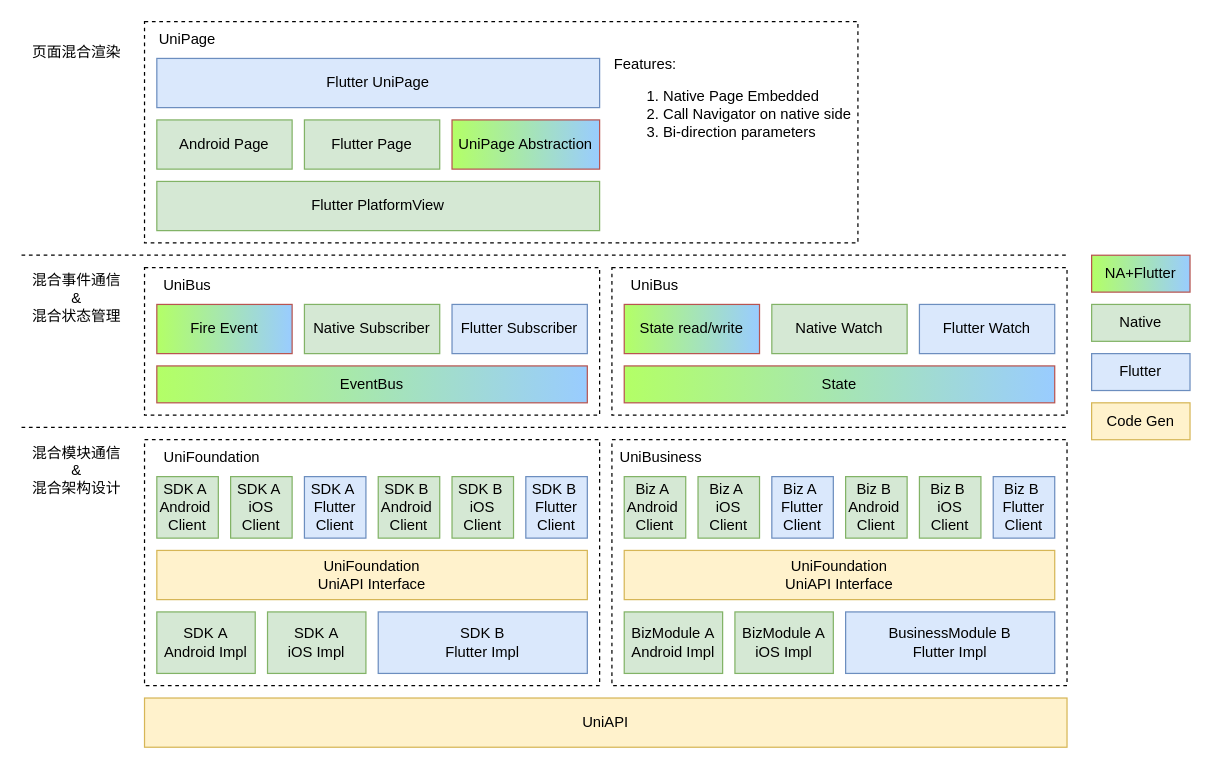
This is doc/Unify Arch 2025.drawio from didi/Unify, a draw.io file, before an edit. Source tidied: cells renumbered, new cells numbered last; positions are measured from the earlier drawing's top-left corner, leaving out a move shared by most shapes. Both pictures are drawn from the tidied source at 123%, with x=0, y=0 at pixel (21, 21).
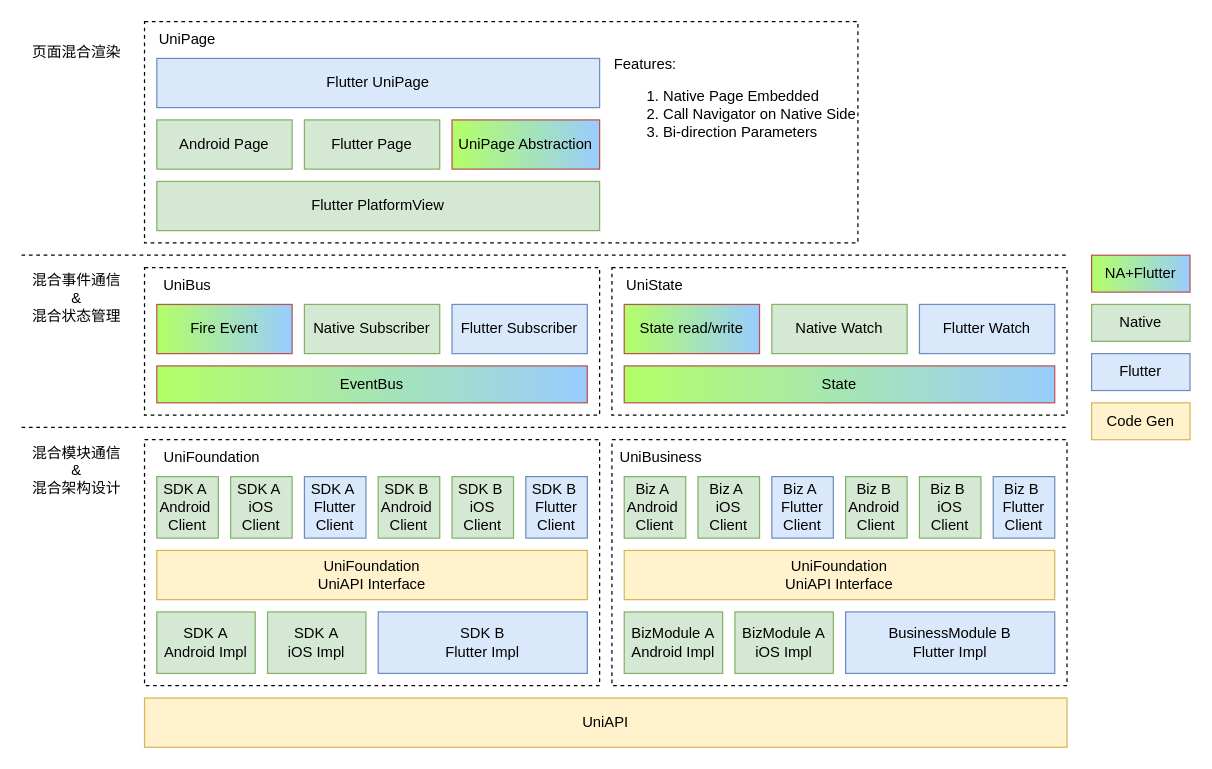
The same diagram, later.

Change to the diagram source:
```diff
@@
-    <mxCell id="46" value="UniBus" style="text;html=1;align=center;verticalAlign=middle;whiteSpace=wrap;rounded=0;" parent="1" vertex="1">
+    <mxCell id="46" value="UniState" style="text;html=1;align=center;verticalAlign=middle;whiteSpace=wrap;rounded=0;" parent="1" vertex="1">
       <mxGeometry x="480" y="200" width="70" height="30" as="geometry" />
     </mxCell>
@@
-    <mxCell id="53" value="&lt;div style=&quot;&quot;&gt;Features:&lt;/div&gt;&lt;ol&gt;&lt;li style=&quot;&quot;&gt;Native Page&amp;nbsp;&lt;span style=&quot;background-color: transparent; color: light-dark(rgb(0, 0, 0), rgb(255, 255, 255));&quot;&gt;Embedded&lt;/span&gt;&lt;/li&gt;&lt;li style=&quot;&quot;&gt;&lt;span style=&quot;background-color: transparent; color: light-dark(rgb(0, 0, 0), rgb(255, 255, 255));&quot;&gt;Call Navigator&amp;nbsp;&lt;/span&gt;on native side&lt;/li&gt;&lt;li style=&quot;&quot;&gt;&lt;span style=&quot;&quot;&gt;Bi-direction&amp;nbsp;&lt;/span&gt;parameters&lt;/li&gt;&lt;/ol&gt;" style="text;html=1;align=left;verticalAlign=middle;whiteSpace=wrap;rounded=0;" parent="1" vertex="1">
+    <mxCell id="53" value="&lt;div style=&quot;&quot;&gt;Features:&lt;/div&gt;&lt;ol&gt;&lt;li style=&quot;&quot;&gt;Native Page&amp;nbsp;&lt;span style=&quot;background-color: transparent; color: light-dark(rgb(0, 0, 0), rgb(255, 255, 255));&quot;&gt;Embedded&lt;/span&gt;&lt;/li&gt;&lt;li style=&quot;&quot;&gt;&lt;span style=&quot;background-color: transparent; color: light-dark(rgb(0, 0, 0), rgb(255, 255, 255));&quot;&gt;Call Navigator&amp;nbsp;&lt;/span&gt;on Native Side&lt;/li&gt;&lt;li style=&quot;&quot;&gt;&lt;span style=&quot;&quot;&gt;Bi-direction P&lt;/span&gt;arameters&lt;/li&gt;&lt;/ol&gt;" style="text;html=1;align=left;verticalAlign=middle;whiteSpace=wrap;rounded=0;" parent="1" vertex="1">
       <mxGeometry x="480" y="35" width="210" height="65" as="geometry" />
     </mxCell>
```
